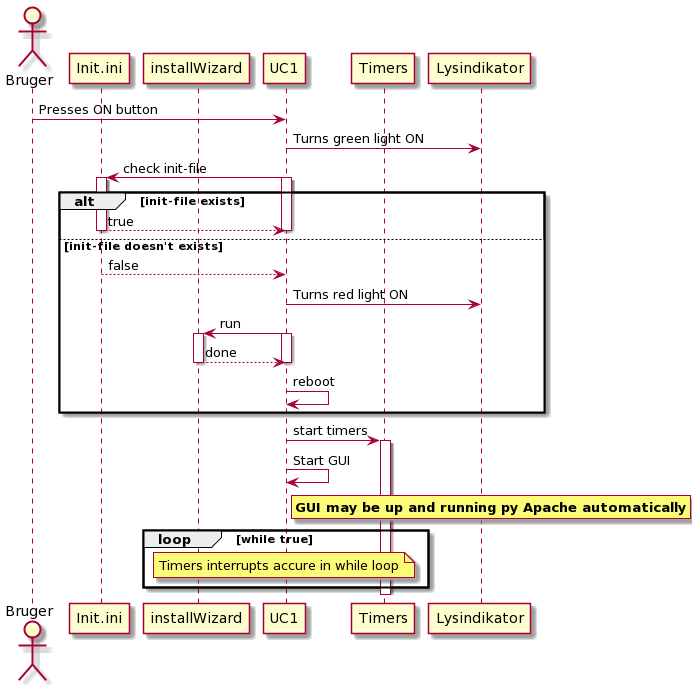
Earlier version of the PlantUML export Design/CC/KonceptuelSekvens/UseCase1/konceptSekvens_UC1.png (Solvgraa-mager/E4PRJ4).
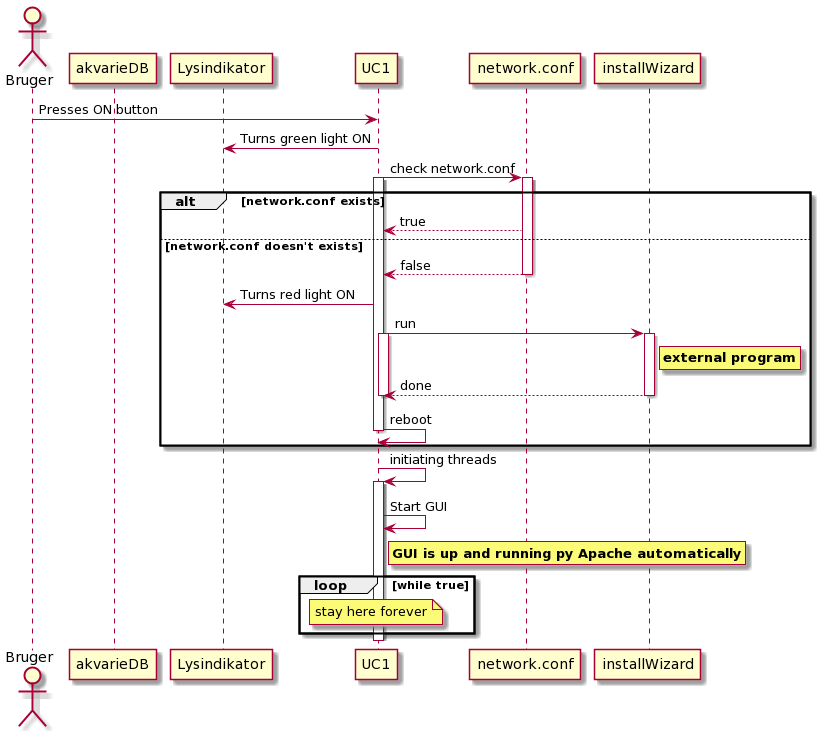
After the change.

The edit, as a diff of the source:
```diff
@@ -1,29 +1,32 @@
 @startuml
 actor Bruger
-participant Init.ini
+participant akvarieDB
+participant Lysindikator
+participant UC1
+participant network.conf
 participant installWizard
-participant UC1
-participant Timers
-participant Lysindikator
+
 
 Bruger -> UC1: Presses ON button
 UC1 -> Lysindikator: Turns green light ON
-UC1 -> Init.ini: check init-file
+UC1 -> network.conf: check network.conf
 activate UC1
-activate Init.ini
+activate network.conf
 
-alt init-file exists
-Init.ini --> UC1: true
-deactivate UC1
-deactivate Init.ini
+alt network.conf exists
+network.conf --> UC1: true
 
-else init-file doesn't exists
+else network.conf doesn't exists
 
-Init.ini --> UC1: false
+network.conf --> UC1: false
+deactivate network.conf
 
 UC1 -> Lysindikator: Turns red light ON
 
 UC1 -> installWizard: run
+rnote right installWizard
+**external program**
+endrnote
 activate UC1
 activate installWizard
 
@@ -32,19 +35,20 @@
 deactivate installWizard
 
 UC1 -> UC1 : reboot
+deactivate UC1
 
 end
 
-UC1 -> Timers: start timers
-activate Timers
+UC1 -> UC1: initiating threads
+activate UC1
 
 UC1 -> UC1: Start GUI
 rnote right UC1
-**GUI may be up and running py Apache automatically**
+**GUI is up and running py Apache automatically**
 endrnote
 
 loop while true
-note over UC1 : Timers interrupts accure in while loop
+note over UC1 : stay here forever
 end
-deactivate Timers
+deactivate UC1
 @enduml
```
